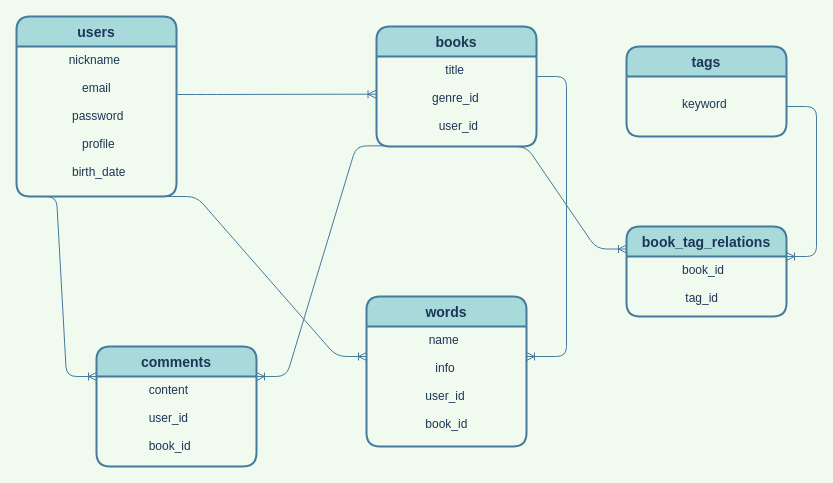
The draw.io diagram er.dio in shotaogw/library, before the edit. Source tidied: cells renumbered, new cells numbered last; positions are measured from the earlier drawing's top-left corner, leaving out a move shared by most shapes. Both pictures are drawn from the tidied source at 100%, with x=0, y=0 at pixel (16, 16).
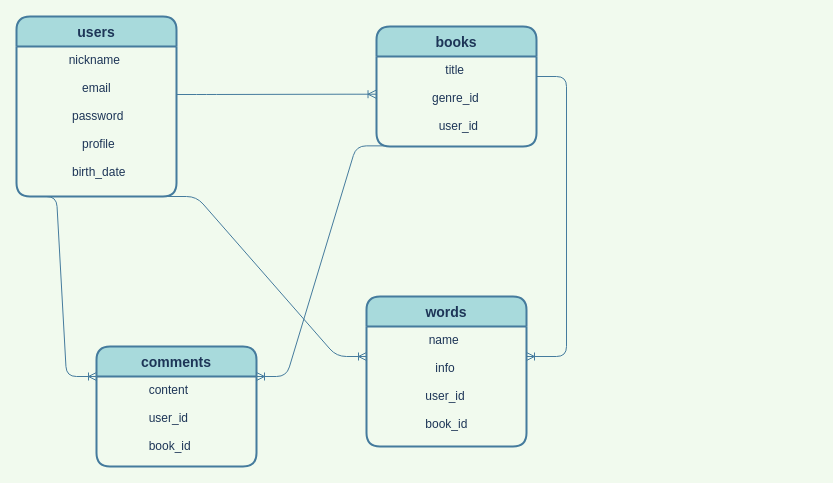
The same diagram, later.

Change to the diagram source:
```diff
@@
-    <mxCell id="8" value="book_tag_relations" style="swimlane;horizontal=1;startSize=30;rounded=1;fontSize=14;fontStyle=1;strokeWidth=2;shadow=0;dashed=0;align=center;fillColor=#A8DADC;strokeColor=#457B9D;fontColor=#1D3557;" parent="1" vertex="1">
-      <mxGeometry x="610" y="210" width="160" height="90" as="geometry" />
-    </mxCell>
-    <mxCell id="9" value="               book_id&#10;&#10;                tag_id" style="align=left;strokeColor=none;fillColor=none;spacingLeft=4;fontSize=12;verticalAlign=top;fontColor=#1D3557;" parent="8" vertex="1">
-      <mxGeometry y="30" width="160" height="60" as="geometry" />
-    </mxCell>
-    <mxCell id="10" value="tags" style="swimlane;horizontal=1;startSize=30;rounded=1;fontSize=14;fontStyle=1;strokeWidth=2;shadow=0;dashed=0;align=center;fillColor=#A8DADC;strokeColor=#457B9D;fontColor=#1D3557;" parent="1" vertex="1">
-      <mxGeometry x="610" y="30" width="160" height="90" as="geometry" />
-    </mxCell>
-    <mxCell id="11" value="               &#10;               keyword" style="align=left;strokeColor=none;fillColor=none;spacingLeft=4;fontSize=12;verticalAlign=top;fontColor=#1D3557;" parent="10" vertex="1">
-      <mxGeometry y="30" width="160" height="60" as="geometry" />
-    </mxCell>
@@
-    <mxCell id="14" style="edgeStyle=entityRelationEdgeStyle;fontSize=12;html=1;endArrow=ERoneToMany;entryX=1;entryY=0;entryDx=0;entryDy=0;labelBackgroundColor=#F1FAEE;strokeColor=#457B9D;fontColor=#1D3557;" parent="1" edge="1" source="11" target="9">
-      <mxGeometry relative="1" as="geometry" />
-    </mxCell>
-    <mxCell id="15" style="edgeStyle=entityRelationEdgeStyle;fontSize=12;html=1;endArrow=ERoneToMany;entryX=0;entryY=0.25;entryDx=0;entryDy=0;labelBackgroundColor=#F1FAEE;strokeColor=#457B9D;fontColor=#1D3557;" parent="1" edge="1" target="8">
-      <mxGeometry relative="1" as="geometry">
-        <mxPoint x="480" y="130" as="sourcePoint" />
-      </mxGeometry>
-    </mxCell>
```
